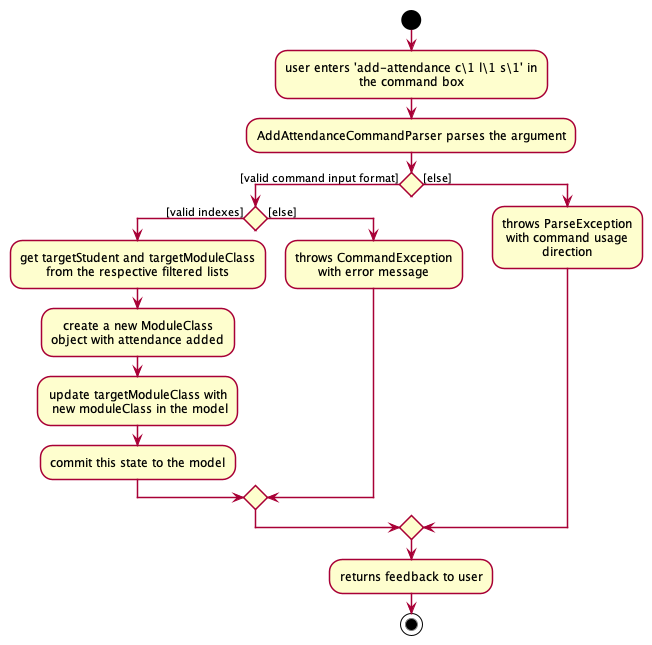
Before: docs/images/AddAttendanceActivityDiagram.png, a diagram exported from PlantUML (ypinhsuan/tp).
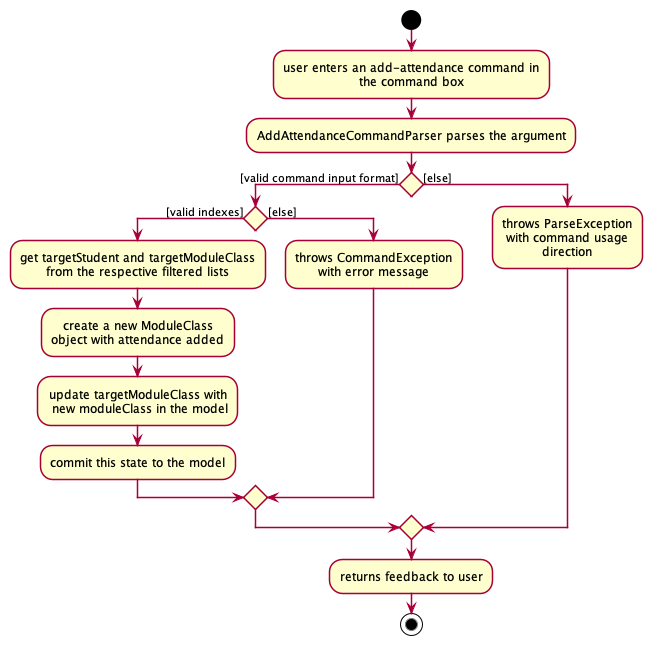
The same diagram one commit later.

Diff of the diagram source:
```diff
@@ -50,7 +50,7 @@
 
 start
 
-:user enters 'add-attendance c\1 l\1 s\1' in
+:user enters an add-attendance command in
 the command box;
 
 :AddAttendanceCommandParser parses the argument;
```
